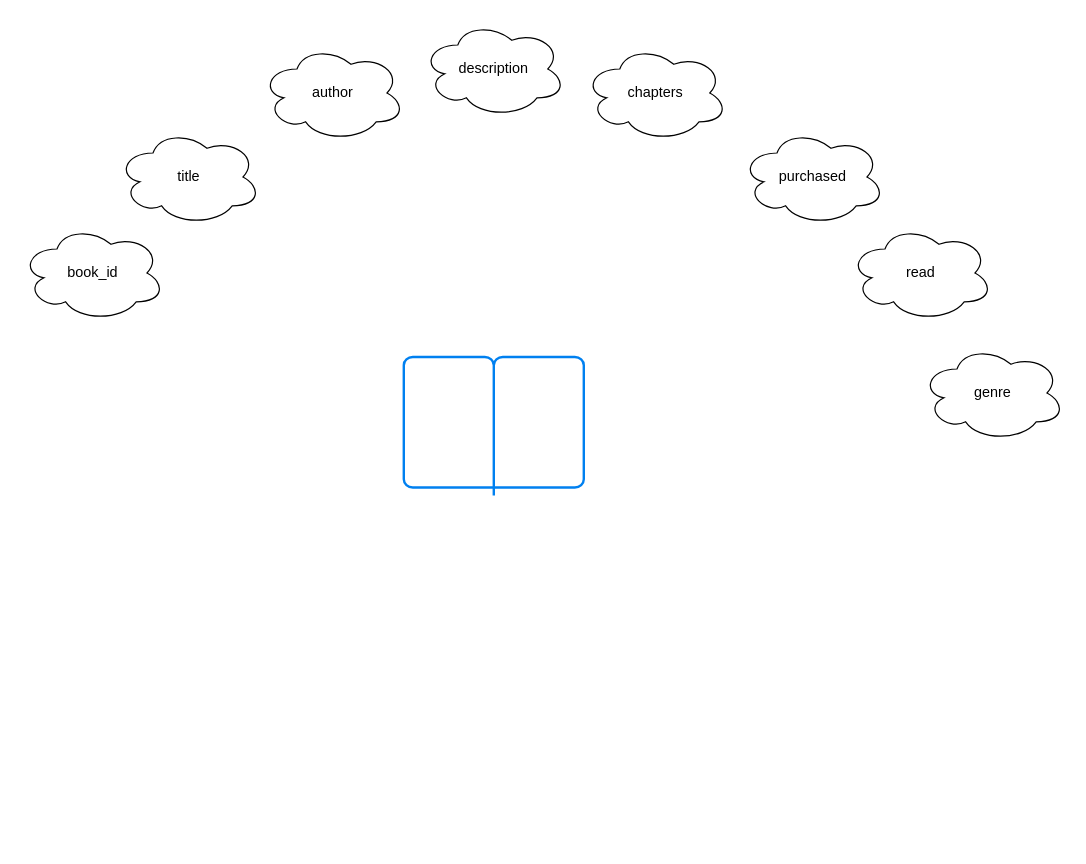
Above: page "Page-1" (1 of 4) of claus/books.drawio in OinkoIT/BE16-DBDev-DAY1-Claus-Christoph (draw.io), before the change. Source tidied: cells renumbered, new cells numbered last; positions are measured from the earlier drawing's top-left corner, leaving out a move shared by most shapes. Both pictures are drawn from the tidied source at 120%, with x=0, y=0 at pixel (20, 20).
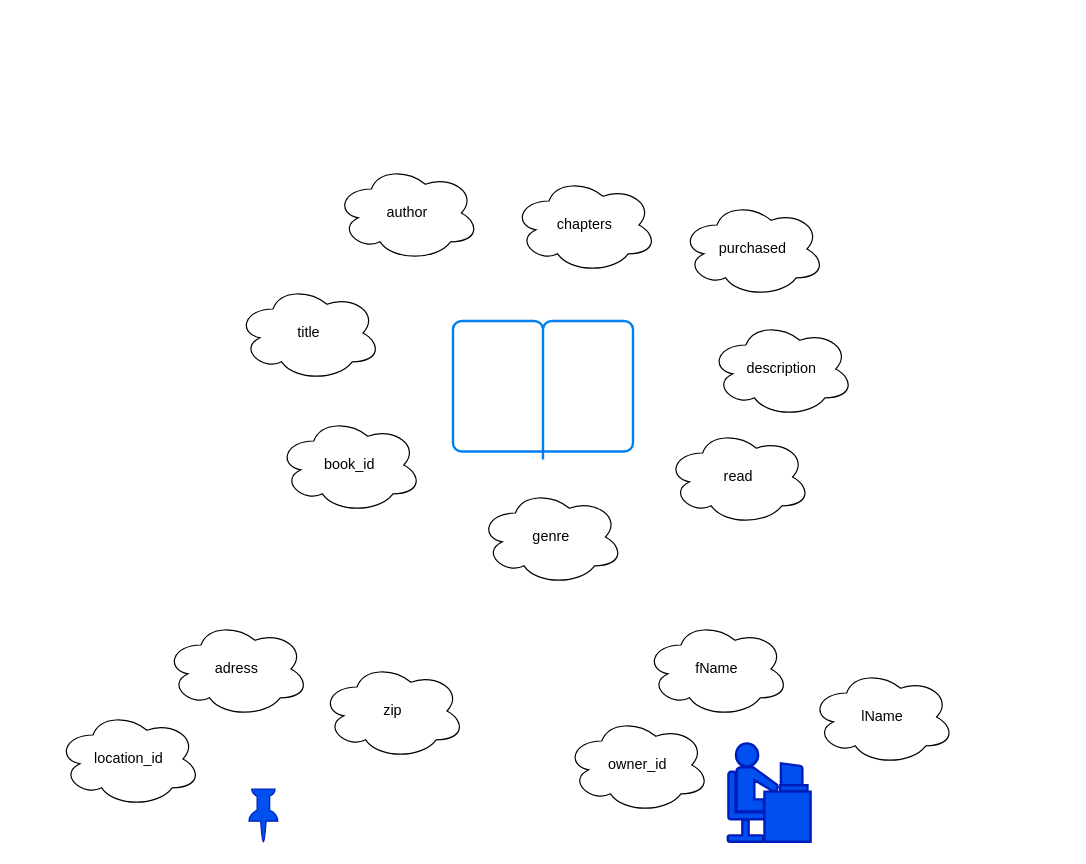
The same page after the edit.

What changed in the source:
```diff
@@
 <mxGraphModel>
   <root>
     <mxCell id="0" />
     <mxCell id="1" parent="0" />
     <mxCell id="2" style="html=1;verticalLabelPosition=bottom;align=center;labelBackgroundColor=#ffffff;verticalAlign=top;strokeWidth=2;strokeColor=#0080F0;shadow=0;dashed=0;shape=mxgraph.ios7.icons.book;" parent="1" vertex="1">
-      <mxGeometry x="319" y="280" width="150" height="115.5" as="geometry" />
+      <mxGeometry x="360" y="250" width="150" height="115.5" as="geometry" />
     </mxCell>
     <mxCell id="3" value="book_id" style="ellipse;shape=cloud;whiteSpace=wrap;html=1;" parent="1" vertex="1">
-      <mxGeometry y="170" width="120" height="80" as="geometry" />
+      <mxGeometry x="214" y="330" width="120" height="80" as="geometry" />
     </mxCell>
     <mxCell id="4" value="title" style="ellipse;shape=cloud;whiteSpace=wrap;html=1;" parent="1" vertex="1">
-      <mxGeometry x="80" y="90" width="120" height="80" as="geometry" />
+      <mxGeometry x="180" y="220" width="120" height="80" as="geometry" />
     </mxCell>
     <mxCell id="5" value="author" style="ellipse;shape=cloud;whiteSpace=wrap;html=1;" parent="1" vertex="1">
-      <mxGeometry x="200" y="20" width="120" height="80" as="geometry" />
+      <mxGeometry x="262" y="120" width="120" height="80" as="geometry" />
     </mxCell>
     <mxCell id="6" value="description" style="ellipse;shape=cloud;whiteSpace=wrap;html=1;" parent="1" vertex="1">
-      <mxGeometry x="334" width="120" height="80" as="geometry" />
+      <mxGeometry x="574" y="250" width="120" height="80" as="geometry" />
     </mxCell>
     <mxCell id="7" value="chapters" style="ellipse;shape=cloud;whiteSpace=wrap;html=1;" parent="1" vertex="1">
-      <mxGeometry x="469" y="20" width="120" height="80" as="geometry" />
+      <mxGeometry x="410" y="130" width="120" height="80" as="geometry" />
     </mxCell>
     <mxCell id="8" value="purchased" style="ellipse;shape=cloud;whiteSpace=wrap;html=1;" parent="1" vertex="1">
-      <mxGeometry x="600" y="90" width="120" height="80" as="geometry" />
+      <mxGeometry x="550" y="150" width="120" height="80" as="geometry" />
     </mxCell>
     <mxCell id="9" value="read" style="ellipse;shape=cloud;whiteSpace=wrap;html=1;" parent="1" vertex="1">
-      <mxGeometry x="690" y="170" width="120" height="80" as="geometry" />
+      <mxGeometry x="538" y="340" width="120" height="80" as="geometry" />
     </mxCell>
     <mxCell id="10" value="genre" style="ellipse;shape=cloud;whiteSpace=wrap;html=1;" parent="1" vertex="1">
-      <mxGeometry x="750" y="270" width="120" height="80" as="geometry" />
+      <mxGeometry x="382" y="390" width="120" height="80" as="geometry" />
     </mxCell>
+    <mxCell id="11" style="sketch=0;shadow=0;dashed=0;html=1;strokeColor=#001DBC;fillColor=#0050ef;labelPosition=center;verticalLabelPosition=bottom;verticalAlign=top;align=center;shape=mxgraph.office.concepts.pin;fontColor=#ffffff;" parent="1" vertex="1">
+      <mxGeometry x="190" y="640" width="24" height="44" as="geometry" />
+    </mxCell>
+    <mxCell id="12" value="location_id" style="ellipse;shape=cloud;whiteSpace=wrap;html=1;" parent="1" vertex="1">
+      <mxGeometry x="30" y="575" width="120" height="80" as="geometry" />
+    </mxCell>
+    <mxCell id="13" value="adress" style="ellipse;shape=cloud;whiteSpace=wrap;html=1;" parent="1" vertex="1">
+      <mxGeometry x="120" y="500" width="120" height="80" as="geometry" />
+    </mxCell>
+    <mxCell id="14" value="zip" style="ellipse;shape=cloud;whiteSpace=wrap;html=1;" parent="1" vertex="1">
+      <mxGeometry x="250" y="535" width="120" height="80" as="geometry" />
+    </mxCell>
+    <mxCell id="15" style="shape=mxgraph.cisco.people.androgenous_person;html=1;dashed=0;fillColor=#0050ef;strokeColor=#001DBC;strokeWidth=2;verticalLabelPosition=bottom;verticalAlign=top;align=center;fontColor=#ffffff;" parent="1" vertex="1">
+      <mxGeometry x="589" y="602" width="69" height="82" as="geometry" />
+    </mxCell>
+    <mxCell id="16" value="owner_id" style="ellipse;shape=cloud;whiteSpace=wrap;html=1;" parent="1" vertex="1">
+      <mxGeometry x="454" y="580" width="120" height="80" as="geometry" />
+    </mxCell>
+    <mxCell id="17" value="fName" style="ellipse;shape=cloud;whiteSpace=wrap;html=1;" parent="1" vertex="1">
+      <mxGeometry x="520" y="500" width="120" height="80" as="geometry" />
+    </mxCell>
+    <mxCell id="18" value="lName" style="ellipse;shape=cloud;whiteSpace=wrap;html=1;" parent="1" vertex="1">
+      <mxGeometry x="658" y="540" width="120" height="80" as="geometry" />
+    </mxCell>
   </root>
 </mxGraphModel>
```
